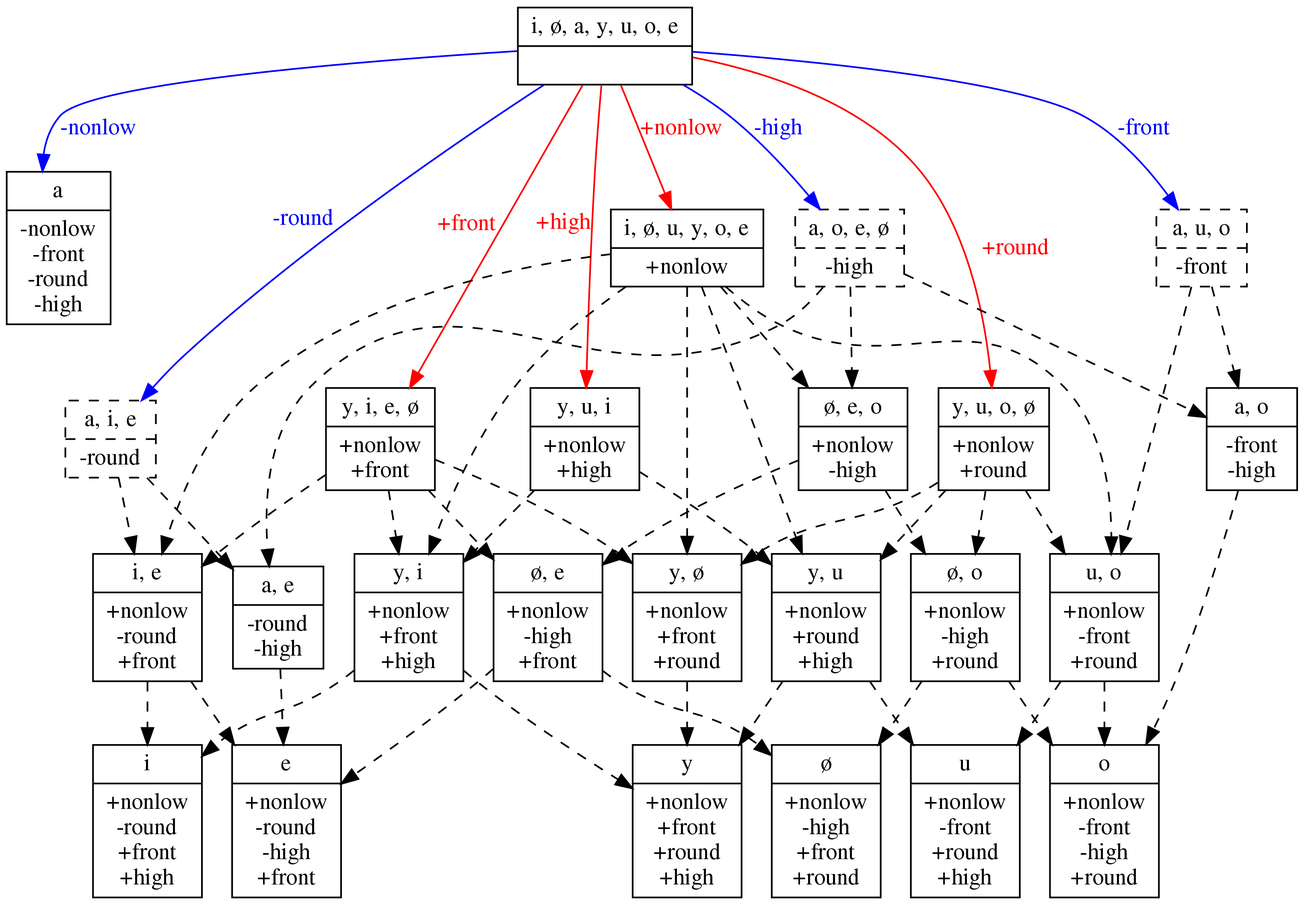
Above: squib/diagrams/vowel_inventory_full_FEATURAL.png in rdaland/Pheatures (Graphviz), before the change. Its source is kept beside it as squib/diagrams/vowel_inventory_full_FEATURAL.gv. The source it was exported from:
```dot
digraph {
	graph [ dpi = 300 ];
	SIGMA [label="{<segs> i, ø, a, y, u, o, e |<feats>  }",shape=record]

	LOW [label="{<segs> a |<feats> -nonlow\n-front\n-round\n-high }",shape=record]
	NONLOW[label="{<segs> i, ø, u, y, o, e |<feats> +nonlow }",shape=record]
	FRONT[label="{<segs> y, i, e, ø |<feats> +nonlow\n+front }",shape=record]
	ROUND[label="{<segs> y, u, o, ø |<feats> +nonlow\n+round }",shape=record]
	HIGH[label="{<segs> y, u, i |<feats> +nonlow\n+high }",shape=record]
	NONFRONT [label="{<segs> a, u, o |<feats> -front }",shape=record,style=dashed]
	NONROUND [label="{<segs> a, i, e |<feats> -round }",shape=record,style=dashed]
	NONHIGH [label="{<segs> a, o, e, ø |<feats> -high }",shape=record,style=dashed]

	SIGMA -> NONLOW [label="+nonlow",fontcolor=red,color=red]
	SIGMA -> LOW [label="-nonlow",fontcolor=blue,color=blue]
	SIGMA -> NONFRONT [label="-front",fontcolor=blue,color=blue]
	SIGMA -> NONROUND [xlabel="-round",fontcolor=blue,color=blue]
	SIGMA -> NONHIGH [label="-high",fontcolor=blue,color=blue]
	SIGMA -> FRONT [xlabel="+front",fontcolor=red,color=red]
	SIGMA -> ROUND [label="+round",fontcolor=red,color=red]
	SIGMA -> HIGH [xlabel="+high",fontcolor=red,color=red]

	FRONTROUND [label="{<segs> y, ø |<feats> +nonlow\n+front\n+round }",shape=record]
	HIGHFRONT [label="{<segs> y, i |<feats> +nonlow\n+front\n+high }",shape=record]
	HIGHROUND [label="{<segs> y, u |<feats> +nonlow\n+round\n+high }",shape=record]
	NONFRONTROUND [label="{<segs> u, o |<feats> +nonlow\n-front\n+round }",shape=record]
	FRONTNONROUND [label="{<segs> i, e |<feats> +nonlow\n-round\n+front }",shape=record]
	NONFRONTNONHIGH [label="{<segs> a, o |<feats> -front\n-high }",shape=record]
	NONROUNDNONHIGH [label="{<segs> a, e |<feats> -round\n-high }",shape=record]
	MID [label="{<segs> ø, e, o |<feats> +nonlow\n-high }",shape=record]

	{NONLOW FRONT ROUND} -> FRONTROUND [style=dashed]
	{NONLOW HIGH FRONT} -> HIGHFRONT [style=dashed]
	{NONLOW HIGH ROUND} -> HIGHROUND [style=dashed]
	{NONLOW NONFRONT ROUND} -> NONFRONTROUND [style=dashed]
	{NONLOW FRONT NONROUND} -> FRONTNONROUND [style=dashed]
	{NONFRONT NONHIGH} -> NONFRONTNONHIGH [style=dashed]
	{NONROUND NONHIGH} -> NONROUNDNONHIGH [style=dashed]
	{NONLOW NONHIGH} -> MID [style=dashed]

	MIDFRONT [label="{<segs> ø, e |<feats> +nonlow\n-high\n+front }",shape=record]
	MIDROUND [label="{<segs> ø, o |<feats> +nonlow\n-high\n+round }",shape=record]
	{MID FRONT} -> MIDFRONT [style=dashed]
	{MID ROUND} -> MIDROUND [style=dashed]

	II [label="{<segs> i |<feats> +nonlow\n-round\n+front\n+high }",shape=record]
	YY [label="{<segs> y |<feats> +nonlow\n+front\n+round\n+high }",shape=record]
	UU [label="{<segs> u |<feats> +nonlow\n-front\n+round\n+high }",shape=record]
	EH [label="{<segs> e |<feats> +nonlow\n-round\n-high\n+front }",shape=record]
	OE [label="{<segs> ø |<feats> +nonlow\n-high\n+front\n+round }",shape=record]
	OO [label="{<segs> o |<feats> +nonlow\n-front\n-high\n+round }",shape=record]

	{HIGHFRONT FRONTNONROUND} -> II [style=dashed]
	{HIGHFRONT FRONTROUND HIGHROUND} -> YY [style=dashed]
	{HIGHROUND NONFRONTROUND} -> UU [style=dashed]
	{MIDFRONT MIDROUND} -> OE [style=dashed]
	{FRONTNONROUND MIDFRONT NONROUNDNONHIGH} -> EH [style=dashed]
	{MIDROUND NONFRONTNONHIGH NONFRONTROUND} -> OO [style=dashed]

	{rank=same; II YY UU EH OE OO}
}
```
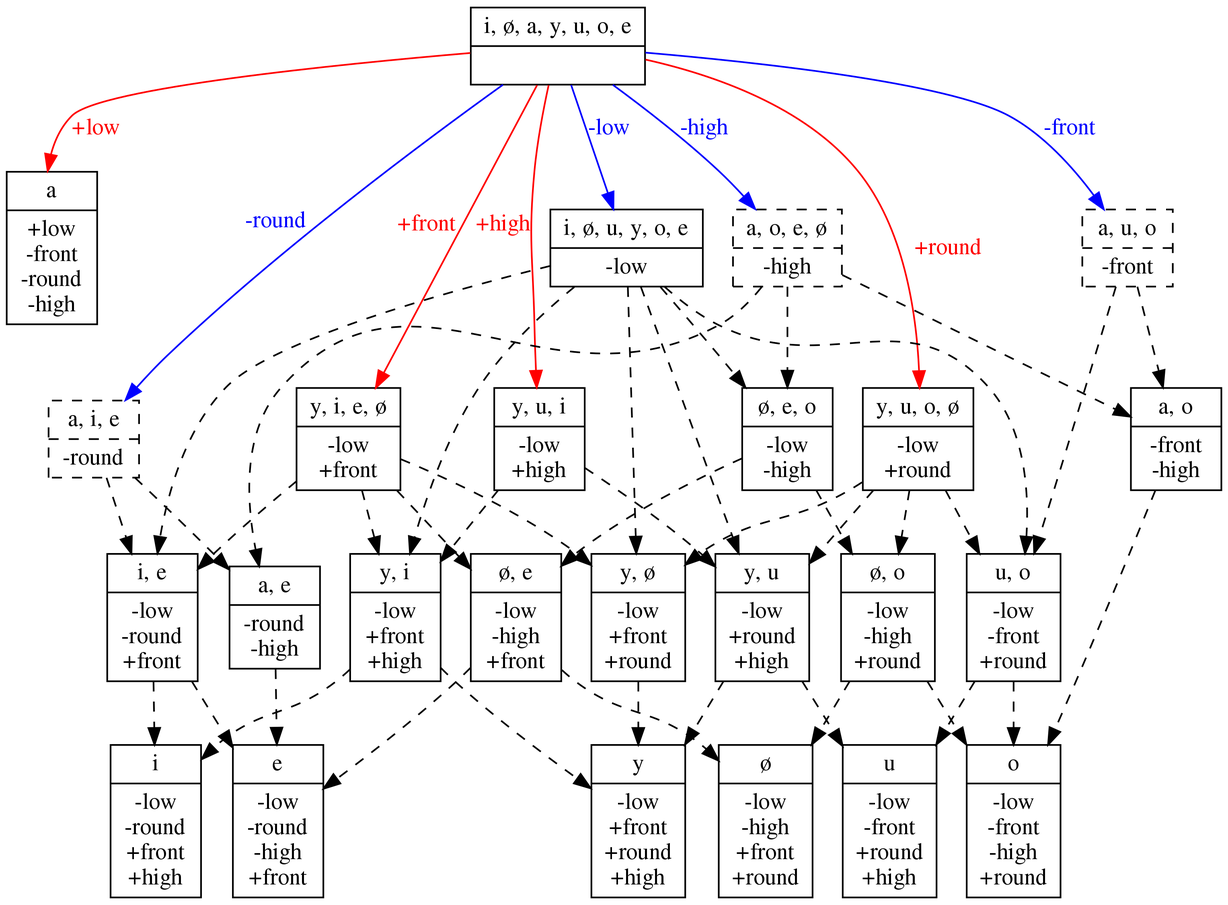
Above is the later version.

Change to the diagram source:
```diff
@@ -2,17 +2,17 @@
 	graph [ dpi = 300 ];
 	SIGMA [label="{<segs> i, ø, a, y, u, o, e |<feats>  }",shape=record]
 
-	LOW [label="{<segs> a |<feats> -nonlow\n-front\n-round\n-high }",shape=record]
-	NONLOW[label="{<segs> i, ø, u, y, o, e |<feats> +nonlow }",shape=record]
-	FRONT[label="{<segs> y, i, e, ø |<feats> +nonlow\n+front }",shape=record]
-	ROUND[label="{<segs> y, u, o, ø |<feats> +nonlow\n+round }",shape=record]
-	HIGH[label="{<segs> y, u, i |<feats> +nonlow\n+high }",shape=record]
+	LOW [label="{<segs> a |<feats> +low\n-front\n-round\n-high }",shape=record]
+	NONLOW[label="{<segs> i, ø, u, y, o, e |<feats> -low }",shape=record]
+	FRONT[label="{<segs> y, i, e, ø |<feats> -low\n+front }",shape=record]
+	ROUND[label="{<segs> y, u, o, ø |<feats> -low\n+round }",shape=record]
+	HIGH[label="{<segs> y, u, i |<feats> -low\n+high }",shape=record]
 	NONFRONT [label="{<segs> a, u, o |<feats> -front }",shape=record,style=dashed]
 	NONROUND [label="{<segs> a, i, e |<feats> -round }",shape=record,style=dashed]
 	NONHIGH [label="{<segs> a, o, e, ø |<feats> -high }",shape=record,style=dashed]
 
-	SIGMA -> NONLOW [label="+nonlow",fontcolor=red,color=red]
-	SIGMA -> LOW [label="-nonlow",fontcolor=blue,color=blue]
+	SIGMA -> NONLOW [label="-low",fontcolor=blue,color=blue]
+	SIGMA -> LOW [label="+low",fontcolor=red,color=red]
 	SIGMA -> NONFRONT [label="-front",fontcolor=blue,color=blue]
 	SIGMA -> NONROUND [xlabel="-round",fontcolor=blue,color=blue]
 	SIGMA -> NONHIGH [label="-high",fontcolor=blue,color=blue]
@@ -20,14 +20,14 @@
 	SIGMA -> ROUND [label="+round",fontcolor=red,color=red]
 	SIGMA -> HIGH [xlabel="+high",fontcolor=red,color=red]
 
-	FRONTROUND [label="{<segs> y, ø |<feats> +nonlow\n+front\n+round }",shape=record]
-	HIGHFRONT [label="{<segs> y, i |<feats> +nonlow\n+front\n+high }",shape=record]
-	HIGHROUND [label="{<segs> y, u |<feats> +nonlow\n+round\n+high }",shape=record]
-	NONFRONTROUND [label="{<segs> u, o |<feats> +nonlow\n-front\n+round }",shape=record]
-	FRONTNONROUND [label="{<segs> i, e |<feats> +nonlow\n-round\n+front }",shape=record]
+	FRONTROUND [label="{<segs> y, ø |<feats> -low\n+front\n+round }",shape=record]
+	HIGHFRONT [label="{<segs> y, i |<feats> -low\n+front\n+high }",shape=record]
+	HIGHROUND [label="{<segs> y, u |<feats> -low\n+round\n+high }",shape=record]
+	NONFRONTROUND [label="{<segs> u, o |<feats> -low\n-front\n+round }",shape=record]
+	FRONTNONROUND [label="{<segs> i, e |<feats> -low\n-round\n+front }",shape=record]
 	NONFRONTNONHIGH [label="{<segs> a, o |<feats> -front\n-high }",shape=record]
 	NONROUNDNONHIGH [label="{<segs> a, e |<feats> -round\n-high }",shape=record]
-	MID [label="{<segs> ø, e, o |<feats> +nonlow\n-high }",shape=record]
+	MID [label="{<segs> ø, e, o |<feats> -low\n-high }",shape=record]
 
 	{NONLOW FRONT ROUND} -> FRONTROUND [style=dashed]
 	{NONLOW HIGH FRONT} -> HIGHFRONT [style=dashed]
@@ -38,17 +38,17 @@
 	{NONROUND NONHIGH} -> NONROUNDNONHIGH [style=dashed]
 	{NONLOW NONHIGH} -> MID [style=dashed]
 
-	MIDFRONT [label="{<segs> ø, e |<feats> +nonlow\n-high\n+front }",shape=record]
-	MIDROUND [label="{<segs> ø, o |<feats> +nonlow\n-high\n+round }",shape=record]
+	MIDFRONT [label="{<segs> ø, e |<feats> -low\n-high\n+front }",shape=record]
+	MIDROUND [label="{<segs> ø, o |<feats> -low\n-high\n+round }",shape=record]
 	{MID FRONT} -> MIDFRONT [style=dashed]
 	{MID ROUND} -> MIDROUND [style=dashed]
 
-	II [label="{<segs> i |<feats> +nonlow\n-round\n+front\n+high }",shape=record]
-	YY [label="{<segs> y |<feats> +nonlow\n+front\n+round\n+high }",shape=record]
-	UU [label="{<segs> u |<feats> +nonlow\n-front\n+round\n+high }",shape=record]
-	EH [label="{<segs> e |<feats> +nonlow\n-round\n-high\n+front }",shape=record]
-	OE [label="{<segs> ø |<feats> +nonlow\n-high\n+front\n+round }",shape=record]
-	OO [label="{<segs> o |<feats> +nonlow\n-front\n-high\n+round }",shape=record]
+	II [label="{<segs> i |<feats> -low\n-round\n+front\n+high }",shape=record]
+	YY [label="{<segs> y |<feats> -low\n+front\n+round\n+high }",shape=record]
+	UU [label="{<segs> u |<feats> -low\n-front\n+round\n+high }",shape=record]
+	EH [label="{<segs> e |<feats> -low\n-round\n-high\n+front }",shape=record]
+	OE [label="{<segs> ø |<feats> -low\n-high\n+front\n+round }",shape=record]
+	OO [label="{<segs> o |<feats> -low\n-front\n-high\n+round }",shape=record]
 
 	{HIGHFRONT FRONTNONROUND} -> II [style=dashed]
 	{HIGHFRONT FRONTROUND HIGHROUND} -> YY [style=dashed]
```
